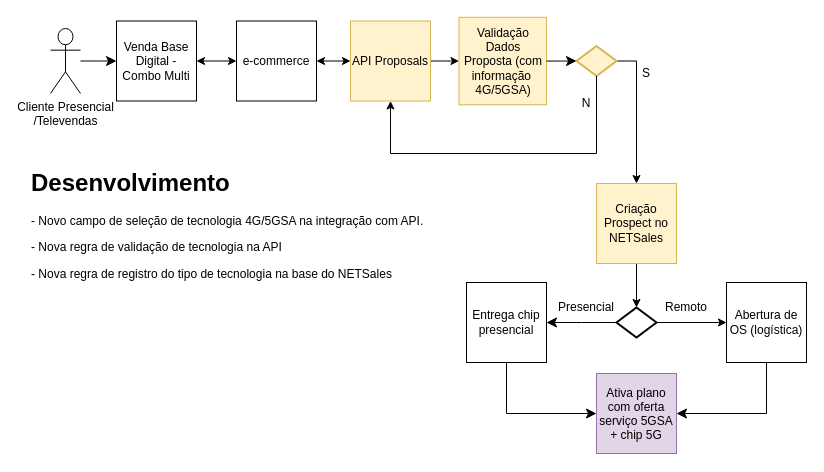
samirali/ClaroBrasil keeps this draw.io diagram as page "API Digital NETSales" (4 of 4) of 5GSA v2.drawio. Above is the earlier version. Source tidied: cells renumbered, new cells numbered last; positions are measured from the earlier drawing's top-left corner, leaving out a move shared by most shapes. Both pictures are drawn from the tidied source at 100%, with x=0, y=0 at pixel (26, 17).
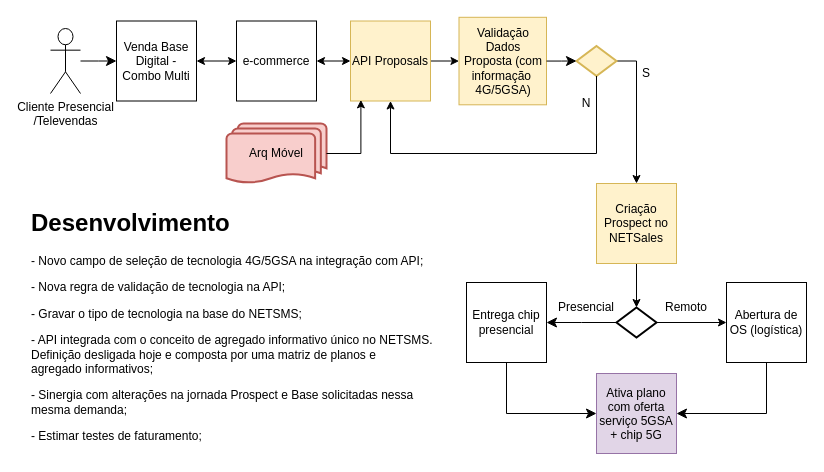
After the change.

The change refers to these unchanged cells:
```xml
<mxCell id="18" value="API Proposals" style="whiteSpace=wrap;html=1;fillColor=#fff2cc;strokeColor=#d6b656;" parent="1" vertex="1">
  <mxGeometry x="324" y="3.5" width="80" height="80" as="geometry" />
</mxCell>
```

What changed in the source:
```diff
@@
-    <mxCell id="15" value="&lt;h1&gt;Desenvolvimento&lt;/h1&gt;&lt;p style=&quot;border-color: var(--border-color);&quot;&gt;&lt;span style=&quot;background-color: initial;&quot;&gt;- Novo campo de seleção de tecnologia 4G/5GSA na integração com API.&lt;/span&gt;&lt;br&gt;&lt;/p&gt;&lt;p style=&quot;border-color: var(--border-color);&quot;&gt;- Nova regra de validação de tecnologia na API&lt;/p&gt;&lt;p style=&quot;border-color: var(--border-color);&quot;&gt;- Nova regra de registro do tipo de tecnologia na base do NETSales&lt;/p&gt;&lt;p&gt;&lt;br&gt;&lt;/p&gt;&lt;div&gt;&lt;br&gt;&lt;/div&gt;" style="text;html=1;strokeColor=none;fillColor=none;spacing=5;spacingTop=-20;whiteSpace=wrap;overflow=hidden;rounded=0;" parent="1" vertex="1">
-      <mxGeometry y="146" width="420" height="150" as="geometry" />
+    <mxCell id="15" value="&lt;h1&gt;Desenvolvimento&lt;/h1&gt;&lt;p style=&quot;border-color: var(--border-color);&quot;&gt;&lt;span style=&quot;background-color: initial;&quot;&gt;- Novo campo de seleção de tecnologia 4G/5GSA na integração com API;&lt;/span&gt;&lt;br&gt;&lt;/p&gt;&lt;p style=&quot;border-color: var(--border-color);&quot;&gt;- Nova regra de validação de tecnologia na API;&lt;/p&gt;&lt;p style=&quot;border-color: var(--border-color);&quot;&gt;- Gravar o tipo de tecnologia na base do NETSMS;&lt;/p&gt;&lt;p style=&quot;border-color: var(--border-color);&quot;&gt;- API integrada com o conceito de agregado informativo único no NETSMS. Definição desligada hoje e composta por uma matriz de planos e agregado&amp;nbsp;&lt;span style=&quot;background-color: initial;&quot;&gt;informativos;&lt;/span&gt;&lt;/p&gt;&lt;p style=&quot;border-color: var(--border-color);&quot;&gt;&lt;span style=&quot;background-color: initial;&quot;&gt;- Sinergia com alterações na jornada Prospect e Base solicitadas nessa mesma demanda;&lt;/span&gt;&lt;/p&gt;&lt;p style=&quot;border-color: var(--border-color);&quot;&gt;&lt;span style=&quot;background-color: initial;&quot;&gt;- Estimar testes de faturamento;&lt;/span&gt;&lt;/p&gt;" style="text;html=1;strokeColor=none;fillColor=none;spacing=5;spacingTop=-20;whiteSpace=wrap;overflow=hidden;rounded=0;" parent="1" vertex="1">
+      <mxGeometry y="186" width="420" height="250" as="geometry" />
     </mxCell>
@@
+    <mxCell id="30" value="Arq Móvel" style="strokeWidth=2;html=1;shape=mxgraph.flowchart.multi-document;whiteSpace=wrap;fillColor=#f8cecc;strokeColor=#b85450;" parent="1" vertex="1">
+      <mxGeometry x="200" y="106" width="100" height="60" as="geometry" />
+    </mxCell>
+    <mxCell id="31" style="edgeStyle=orthogonalEdgeStyle;rounded=0;jettySize=auto;html=1;entryX=0.13;entryY=0.986;entryDx=0;entryDy=0;entryPerimeter=0;" parent="1" edge="1" source="30" target="18">
+      <mxGeometry relative="1" as="geometry" />
+    </mxCell>
```
